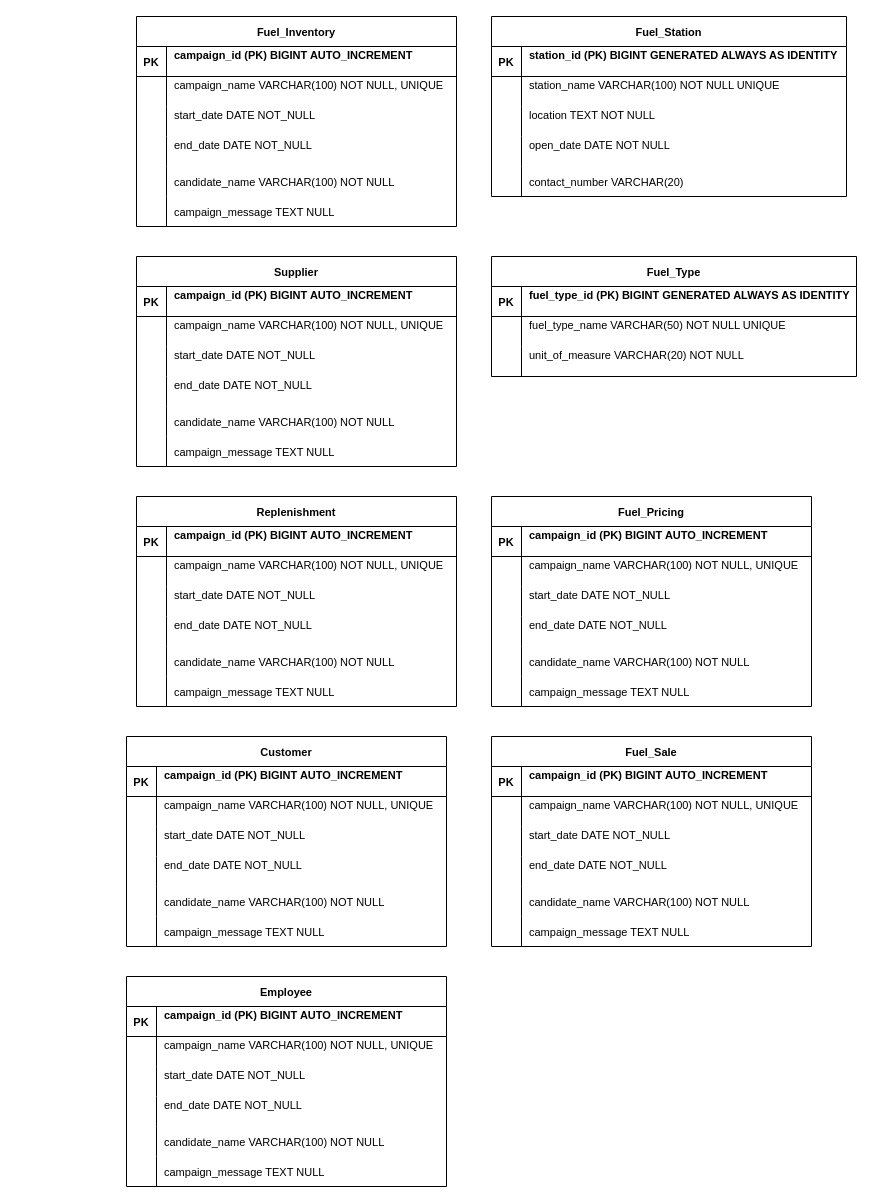
Above: Untitled Diagram.drawio in SergejusSG/git-demo1 (draw.io), before the change. Source tidied: cells renumbered, new cells numbered last; positions are measured from the earlier drawing's top-left corner, leaving out a move shared by most shapes. Both pictures are drawn from the tidied source at 100%, with x=0, y=0 at pixel (126, 16).
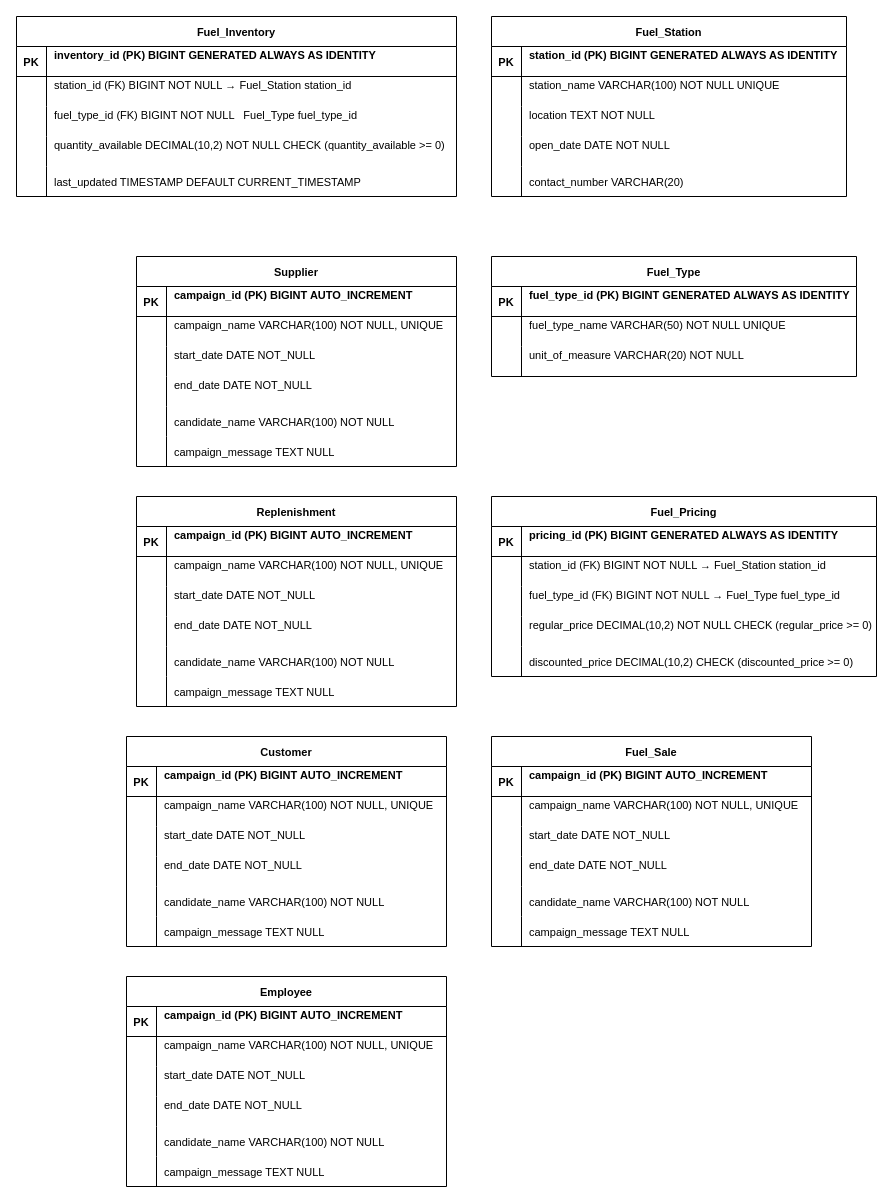
After the change.

The edit, as a diff of the source:
```diff
@@
     <mxCell id="28" value="Fuel_Inventory" style="shape=table;startSize=30;childLayout=tableLayout;rowLines=0;fontStyle=1;align=center;fontSize=11;" parent="1" vertex="1">
-      <mxGeometry x="10" width="320" height="210" as="geometry" />
+      <mxGeometry x="-110" width="440" height="180" as="geometry" />
     </mxCell>
     <mxCell id="29" style="shape=partialRectangle;fillColor=none;top=0;left=0;right=0;bottom=1;fontSize=11;" parent="28" vertex="1">
-      <mxGeometry y="30" width="320" height="30" as="geometry" />
+      <mxGeometry y="30" width="440" height="30" as="geometry" />
     </mxCell>
@@
-    <mxCell id="31" value="campaign_id (PK) BIGINT AUTO_INCREMENT&#10;" style="shape=partialRectangle;overflow=hidden;fillColor=none;top=0;left=0;bottom=0;right=0;align=left;spacingLeft=6;fontStyle=1;fontSize=11;" parent="29" vertex="1">
-      <mxGeometry x="30" width="290" height="30" as="geometry" />
+    <mxCell id="31" value="inventory_id (PK) BIGINT GENERATED ALWAYS AS IDENTITY&#10;" style="shape=partialRectangle;overflow=hidden;fillColor=none;top=0;left=0;bottom=0;right=0;align=left;spacingLeft=6;fontStyle=1;fontSize=11;" parent="29" vertex="1">
+      <mxGeometry x="30" width="410" height="30" as="geometry" />
     </mxCell>
     <mxCell id="32" style="shape=partialRectangle;fillColor=none;top=0;left=0;right=0;bottom=0;fontSize=11;" parent="28" vertex="1">
-      <mxGeometry y="60" width="320" height="30" as="geometry" />
+      <mxGeometry y="60" width="440" height="30" as="geometry" />
     </mxCell>
@@
-    <mxCell id="34" value="campaign_name VARCHAR(100) NOT NULL, UNIQUE&#10;" style="shape=partialRectangle;overflow=hidden;fillColor=none;top=0;left=0;bottom=0;right=0;align=left;spacingLeft=6;fontSize=11;" parent="32" vertex="1">
-      <mxGeometry x="30" width="290" height="30" as="geometry" />
+    <mxCell id="34" value="station_id (FK) BIGINT NOT NULL → Fuel_Station station_id&#10;" style="shape=partialRectangle;overflow=hidden;fillColor=none;top=0;left=0;bottom=0;right=0;align=left;spacingLeft=6;fontSize=11;" parent="32" vertex="1">
+      <mxGeometry x="30" width="410" height="30" as="geometry" />
     </mxCell>
     <mxCell id="35" style="shape=partialRectangle;fillColor=none;top=0;left=0;right=0;bottom=0;fontSize=11;" parent="28" vertex="1">
-      <mxGeometry y="90" width="320" height="30" as="geometry" />
+      <mxGeometry y="90" width="440" height="30" as="geometry" />
     </mxCell>
@@
-    <mxCell id="37" value="start_date DATE NOT_NULL&#10;" style="shape=partialRectangle;overflow=hidden;fillColor=none;top=0;left=0;bottom=0;right=0;align=left;spacingLeft=6;fontSize=11;" parent="35" vertex="1">
-      <mxGeometry x="30" width="290" height="30" as="geometry" />
+    <mxCell id="37" value="fuel_type_id (FK) BIGINT NOT NULL   Fuel_Type fuel_type_id&#10;" style="shape=partialRectangle;overflow=hidden;fillColor=none;top=0;left=0;bottom=0;right=0;align=left;spacingLeft=6;fontSize=11;" parent="35" vertex="1">
+      <mxGeometry x="30" width="410" height="30" as="geometry" />
     </mxCell>
     <mxCell id="38" style="shape=partialRectangle;fillColor=none;top=0;left=0;right=0;bottom=0;fontSize=11;" parent="28" vertex="1">
-      <mxGeometry y="120" width="320" height="30" as="geometry" />
+      <mxGeometry y="120" width="440" height="30" as="geometry" />
     </mxCell>
@@
-    <mxCell id="40" value="end_date DATE NOT_NULL&#10;" style="shape=partialRectangle;overflow=hidden;fillColor=none;top=0;left=0;bottom=0;right=0;align=left;spacingLeft=6;fontSize=11;" parent="38" vertex="1">
-      <mxGeometry x="30" width="290" height="30" as="geometry" />
+    <mxCell id="40" value="quantity_available DECIMAL(10,2) NOT NULL CHECK (quantity_available &gt;= 0)&#10;" style="shape=partialRectangle;overflow=hidden;fillColor=none;top=0;left=0;bottom=0;right=0;align=left;spacingLeft=6;fontSize=11;" parent="38" vertex="1">
+      <mxGeometry x="30" width="410" height="30" as="geometry" />
     </mxCell>
     <mxCell id="41" style="shape=partialRectangle;fillColor=none;top=0;left=0;right=0;bottom=0;fontSize=11;" parent="28" vertex="1">
-      <mxGeometry y="150" width="320" height="30" as="geometry" />
+      <mxGeometry y="150" width="440" height="30" as="geometry" />
     </mxCell>
@@
-    <mxCell id="43" value="candidate_name VARCHAR(100) NOT NULL" style="shape=partialRectangle;overflow=hidden;fillColor=none;top=0;left=0;bottom=0;right=0;align=left;spacingLeft=6;fontSize=11;" parent="41" vertex="1">
-      <mxGeometry x="30" width="290" height="30" as="geometry" />
+    <mxCell id="43" value="last_updated TIMESTAMP DEFAULT CURRENT_TIMESTAMP" style="shape=partialRectangle;overflow=hidden;fillColor=none;top=0;left=0;bottom=0;right=0;align=left;spacingLeft=6;fontSize=11;" parent="41" vertex="1">
+      <mxGeometry x="30" width="410" height="30" as="geometry" />
     </mxCell>
-    <mxCell id="44" style="shape=partialRectangle;fillColor=none;top=0;left=0;right=0;bottom=0;fontSize=11;" parent="28" vertex="1">
-      <mxGeometry y="180" width="320" height="30" as="geometry" />
-    </mxCell>
-    <mxCell id="45" style="shape=partialRectangle;overflow=hidden;fillColor=none;top=0;left=0;bottom=0;right=0;fontSize=11;" parent="44" vertex="1">
-      <mxGeometry width="30" height="30" as="geometry" />
-    </mxCell>
-    <mxCell id="46" value="campaign_message TEXT NULL" style="shape=partialRectangle;overflow=hidden;fillColor=none;top=0;left=0;bottom=0;right=0;align=left;spacingLeft=6;fontSize=11;" parent="44" vertex="1">
-      <mxGeometry x="30" width="290" height="30" as="geometry" />
-    </mxCell>
@@
     <mxCell id="85" value="Fuel_Pricing" style="shape=table;startSize=30;childLayout=tableLayout;rowLines=0;fontStyle=1;align=center;fontSize=11;" parent="1" vertex="1">
-      <mxGeometry x="365" y="480" width="320" height="210" as="geometry" />
+      <mxGeometry x="365" y="480" width="385" height="180" as="geometry" />
     </mxCell>
     <mxCell id="86" style="shape=partialRectangle;fillColor=none;top=0;left=0;right=0;bottom=1;fontSize=11;" parent="85" vertex="1">
-      <mxGeometry y="30" width="320" height="30" as="geometry" />
+      <mxGeometry y="30" width="385" height="30" as="geometry" />
     </mxCell>
@@
-    <mxCell id="88" value="campaign_id (PK) BIGINT AUTO_INCREMENT&#10;" style="shape=partialRectangle;overflow=hidden;fillColor=none;top=0;left=0;bottom=0;right=0;align=left;spacingLeft=6;fontStyle=1;fontSize=11;" parent="86" vertex="1">
-      <mxGeometry x="30" width="290" height="30" as="geometry" />
+    <mxCell id="88" value="pricing_id (PK) BIGINT GENERATED ALWAYS AS IDENTITY&#10;" style="shape=partialRectangle;overflow=hidden;fillColor=none;top=0;left=0;bottom=0;right=0;align=left;spacingLeft=6;fontStyle=1;fontSize=11;" parent="86" vertex="1">
+      <mxGeometry x="30" width="355" height="30" as="geometry" />
     </mxCell>
     <mxCell id="89" style="shape=partialRectangle;fillColor=none;top=0;left=0;right=0;bottom=0;fontSize=11;" parent="85" vertex="1">
-      <mxGeometry y="60" width="320" height="30" as="geometry" />
+      <mxGeometry y="60" width="385" height="30" as="geometry" />
     </mxCell>
@@
-    <mxCell id="91" value="campaign_name VARCHAR(100) NOT NULL, UNIQUE&#10;" style="shape=partialRectangle;overflow=hidden;fillColor=none;top=0;left=0;bottom=0;right=0;align=left;spacingLeft=6;fontSize=11;" parent="89" vertex="1">
-      <mxGeometry x="30" width="290" height="30" as="geometry" />
+    <mxCell id="91" value="station_id (FK) BIGINT NOT NULL → Fuel_Station station_id&#10;" style="shape=partialRectangle;overflow=hidden;fillColor=none;top=0;left=0;bottom=0;right=0;align=left;spacingLeft=6;fontSize=11;" parent="89" vertex="1">
+      <mxGeometry x="30" width="355" height="30" as="geometry" />
     </mxCell>
     <mxCell id="92" style="shape=partialRectangle;fillColor=none;top=0;left=0;right=0;bottom=0;fontSize=11;" parent="85" vertex="1">
-      <mxGeometry y="90" width="320" height="30" as="geometry" />
+      <mxGeometry y="90" width="385" height="30" as="geometry" />
     </mxCell>
@@
-    <mxCell id="94" value="start_date DATE NOT_NULL&#10;" style="shape=partialRectangle;overflow=hidden;fillColor=none;top=0;left=0;bottom=0;right=0;align=left;spacingLeft=6;fontSize=11;" parent="92" vertex="1">
-      <mxGeometry x="30" width="290" height="30" as="geometry" />
+    <mxCell id="94" value="fuel_type_id (FK) BIGINT NOT NULL → Fuel_Type fuel_type_id&#10;" style="shape=partialRectangle;overflow=hidden;fillColor=none;top=0;left=0;bottom=0;right=0;align=left;spacingLeft=6;fontSize=11;" parent="92" vertex="1">
+      <mxGeometry x="30" width="355" height="30" as="geometry" />
     </mxCell>
     <mxCell id="95" style="shape=partialRectangle;fillColor=none;top=0;left=0;right=0;bottom=0;fontSize=11;" parent="85" vertex="1">
-      <mxGeometry y="120" width="320" height="30" as="geometry" />
+      <mxGeometry y="120" width="385" height="30" as="geometry" />
     </mxCell>
@@
-    <mxCell id="97" value="end_date DATE NOT_NULL&#10;" style="shape=partialRectangle;overflow=hidden;fillColor=none;top=0;left=0;bottom=0;right=0;align=left;spacingLeft=6;fontSize=11;" parent="95" vertex="1">
-      <mxGeometry x="30" width="290" height="30" as="geometry" />
+    <mxCell id="97" value="regular_price DECIMAL(10,2) NOT NULL CHECK (regular_price &gt;= 0)&#10;" style="shape=partialRectangle;overflow=hidden;fillColor=none;top=0;left=0;bottom=0;right=0;align=left;spacingLeft=6;fontSize=11;" parent="95" vertex="1">
+      <mxGeometry x="30" width="355" height="30" as="geometry" />
     </mxCell>
     <mxCell id="98" style="shape=partialRectangle;fillColor=none;top=0;left=0;right=0;bottom=0;fontSize=11;" parent="85" vertex="1">
-      <mxGeometry y="150" width="320" height="30" as="geometry" />
+      <mxGeometry y="150" width="385" height="30" as="geometry" />
     </mxCell>
@@
-    <mxCell id="100" value="candidate_name VARCHAR(100) NOT NULL" style="shape=partialRectangle;overflow=hidden;fillColor=none;top=0;left=0;bottom=0;right=0;align=left;spacingLeft=6;fontSize=11;" parent="98" vertex="1">
-      <mxGeometry x="30" width="290" height="30" as="geometry" />
+    <mxCell id="100" value="discounted_price DECIMAL(10,2) CHECK (discounted_price &gt;= 0)" style="shape=partialRectangle;overflow=hidden;fillColor=none;top=0;left=0;bottom=0;right=0;align=left;spacingLeft=6;fontSize=11;" parent="98" vertex="1">
+      <mxGeometry x="30" width="355" height="30" as="geometry" />
     </mxCell>
-    <mxCell id="101" style="shape=partialRectangle;fillColor=none;top=0;left=0;right=0;bottom=0;fontSize=11;" parent="85" vertex="1">
-      <mxGeometry y="180" width="320" height="30" as="geometry" />
-    </mxCell>
-    <mxCell id="102" style="shape=partialRectangle;overflow=hidden;fillColor=none;top=0;left=0;bottom=0;right=0;fontSize=11;" parent="101" vertex="1">
-      <mxGeometry width="30" height="30" as="geometry" />
-    </mxCell>
-    <mxCell id="103" value="campaign_message TEXT NULL" style="shape=partialRectangle;overflow=hidden;fillColor=none;top=0;left=0;bottom=0;right=0;align=left;spacingLeft=6;fontSize=11;" parent="101" vertex="1">
-      <mxGeometry x="30" width="290" height="30" as="geometry" />
-    </mxCell>
```
